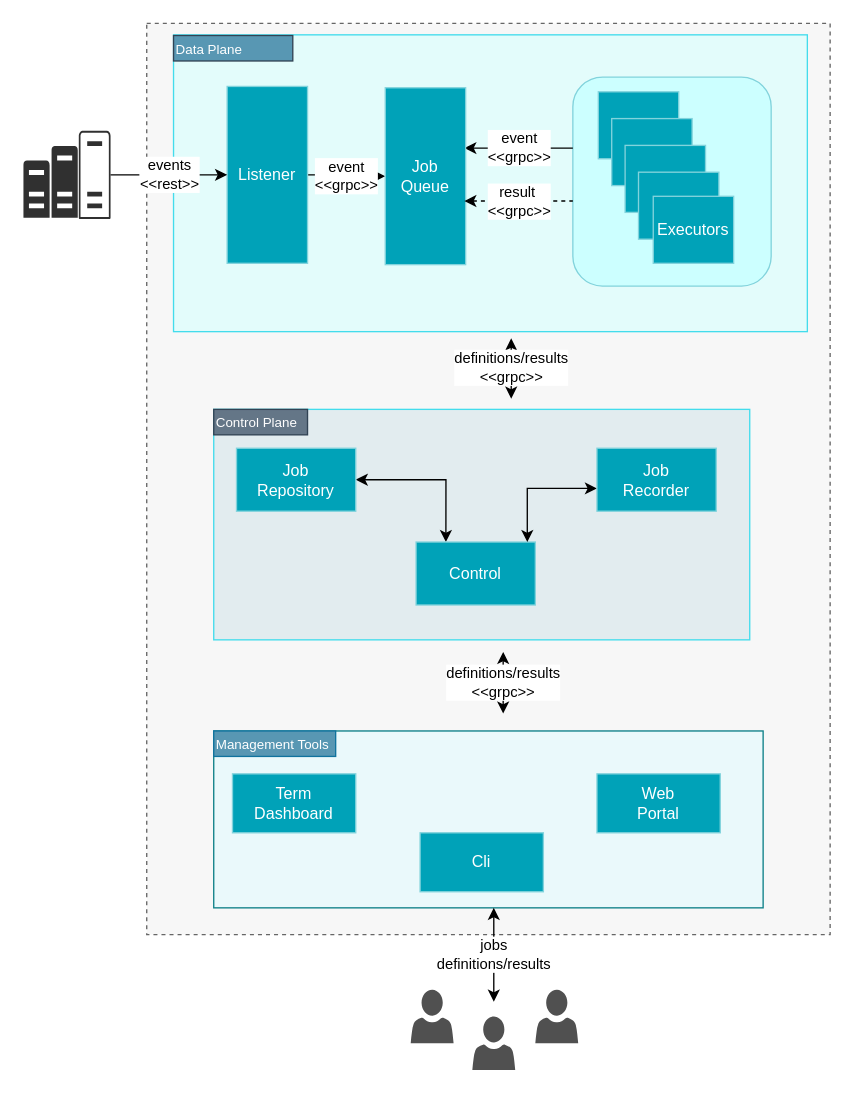
This is page "Architecture" (1 of 5) of docs/Jobico.drawio from andrescosta/jobico-fn, a draw.io file, before an edit. Source tidied: cells renumbered, new cells numbered last; positions are measured from the earlier drawing's top-left corner, leaving out a move shared by most shapes. Both pictures are drawn from the tidied source at 134%, with x=0, y=0 at pixel (23, 23).
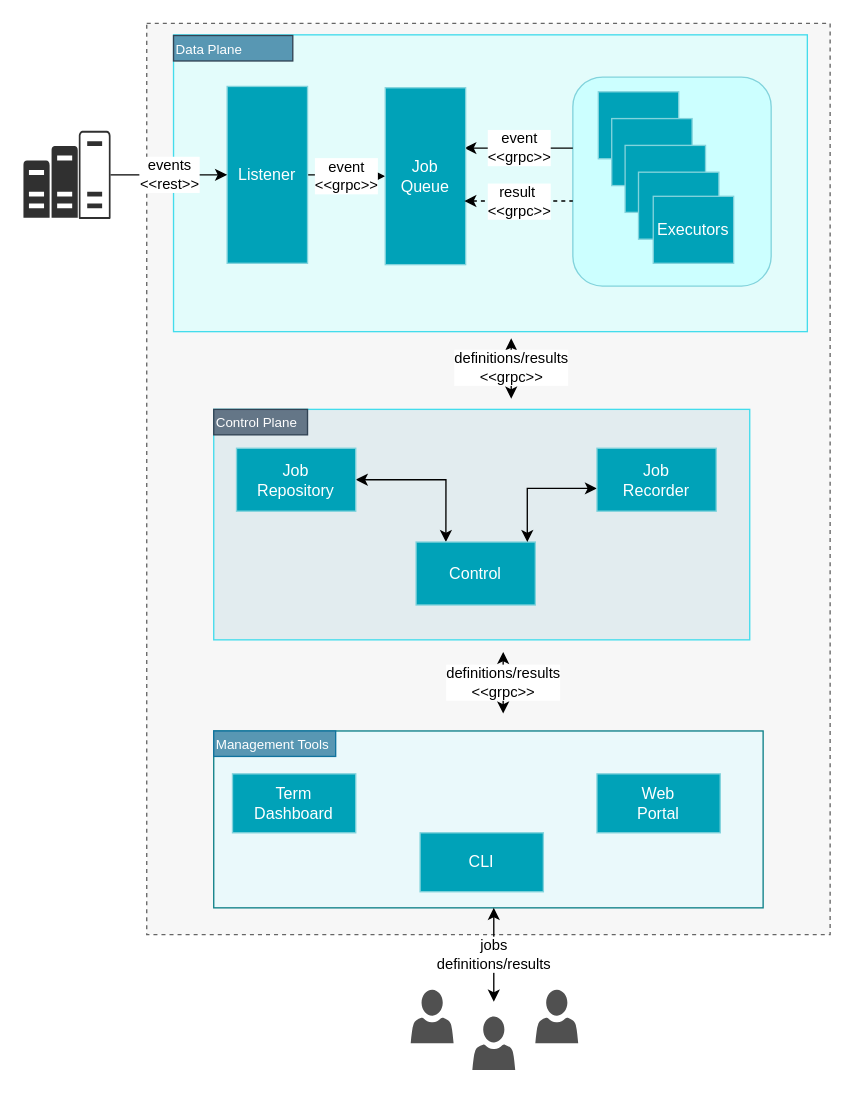
The same diagram, later.

Diff of the diagram source:
```diff
@@
-    <mxCell id="21" value="Cli" style="rounded=0;whiteSpace=wrap;html=1;fillColor=#00A2B8;strokeColor=#82D3DC;fontColor=#ffffff;" parent="1" vertex="1">
+    <mxCell id="21" value="CLI" style="rounded=0;whiteSpace=wrap;html=1;fillColor=#00A2B8;strokeColor=#82D3DC;fontColor=#ffffff;" parent="1" vertex="1">
       <mxGeometry x="296" y="604" width="92" height="44" as="geometry" />
     </mxCell>
```
